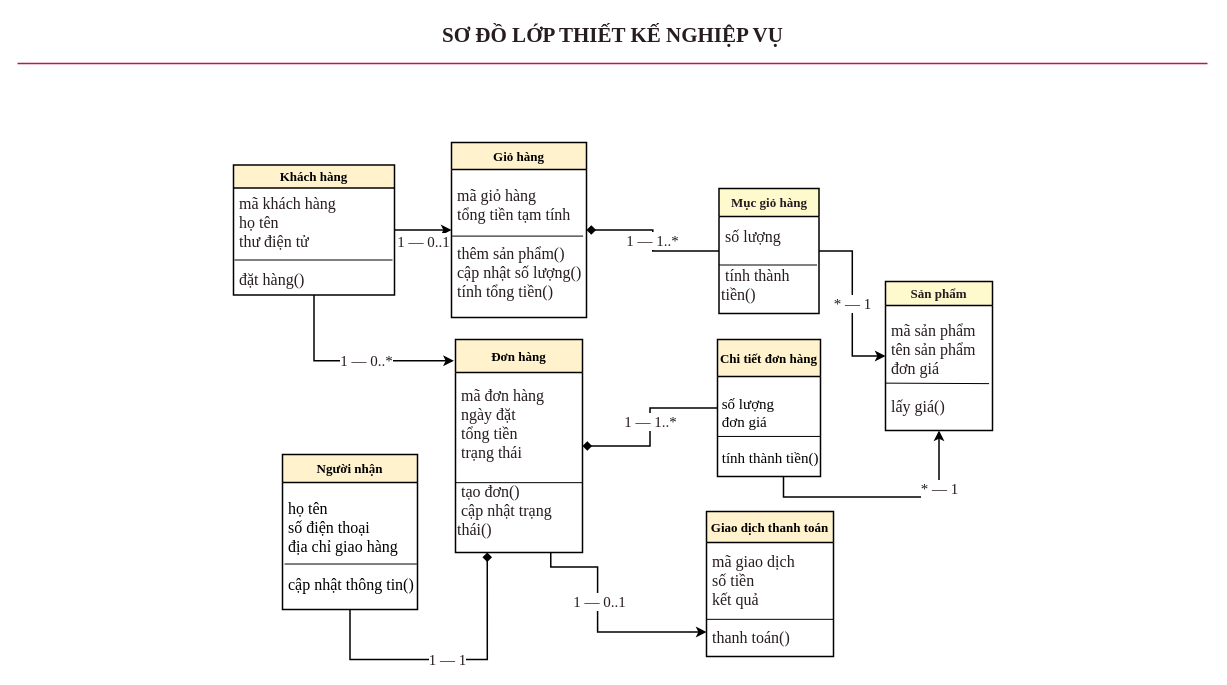
This is page "03 Lớp thiết kế nghiệp vụ" (3 of 6) of LAB_AT_OOSD/LAB04/ThietKe/PhamMInhGiang-12DHCNPM1-ThietKeLab04.drawio from 1250080044-PhamMinhGiang-12DHCNPM1/OOP-Lab, a draw.io file, before an edit. Source tidied: cells renumbered, new cells numbered last; positions are measured from the earlier drawing's top-left corner, leaving out a move shared by most shapes. Both pictures are drawn from the tidied source at 100%, with x=0, y=0 at pixel (17, 17).
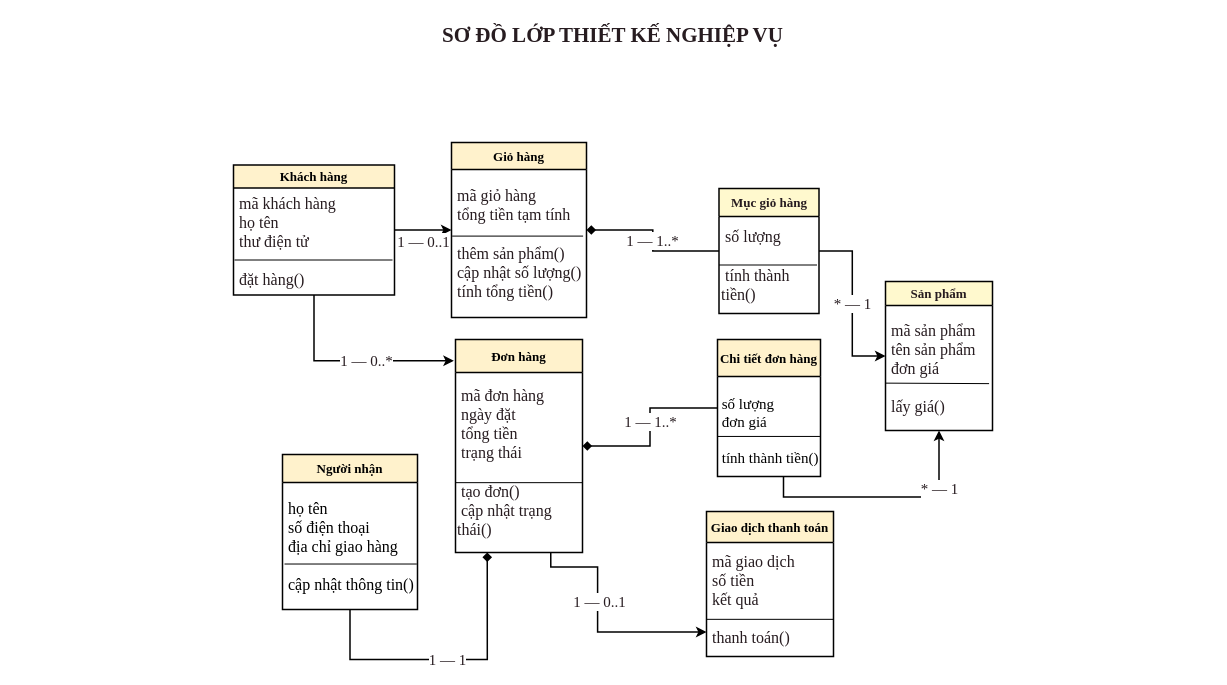
The same diagram, later.

The edit, as a diff of the source:
```diff
@@
-    <mxCell id="30" style="edgeStyle=none;html=1;strokeColor=#BD174F;strokeWidth=1.5;endArrow=none;fontFamily=Times New Roman;fontColor=#271C20;labelBackgroundColor=#FFFFFF;fontSize=13;" parent="1" edge="1">
-      <mxGeometry relative="1" as="geometry">
-        <mxPoint y="46" as="sourcePoint" />
-        <mxPoint x="1190" y="46" as="targetPoint" />
-      </mxGeometry>
-    </mxCell>
```
